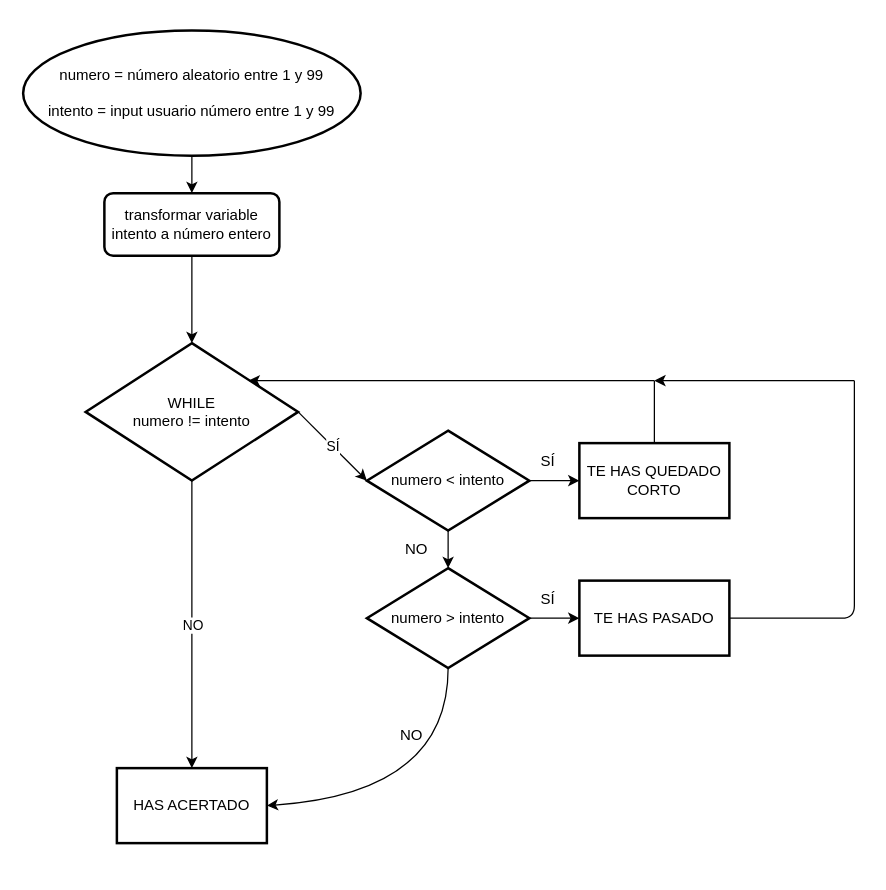
Before: diagrama.drawio in lidia-veli/Adivine-el-Numero, a draw.io diagram. Source tidied: cells renumbered, new cells numbered last; positions are measured from the earlier drawing's top-left corner, leaving out a move shared by most shapes. Both pictures are drawn from the tidied source at 125%, with x=0, y=0 at pixel (22, 30).
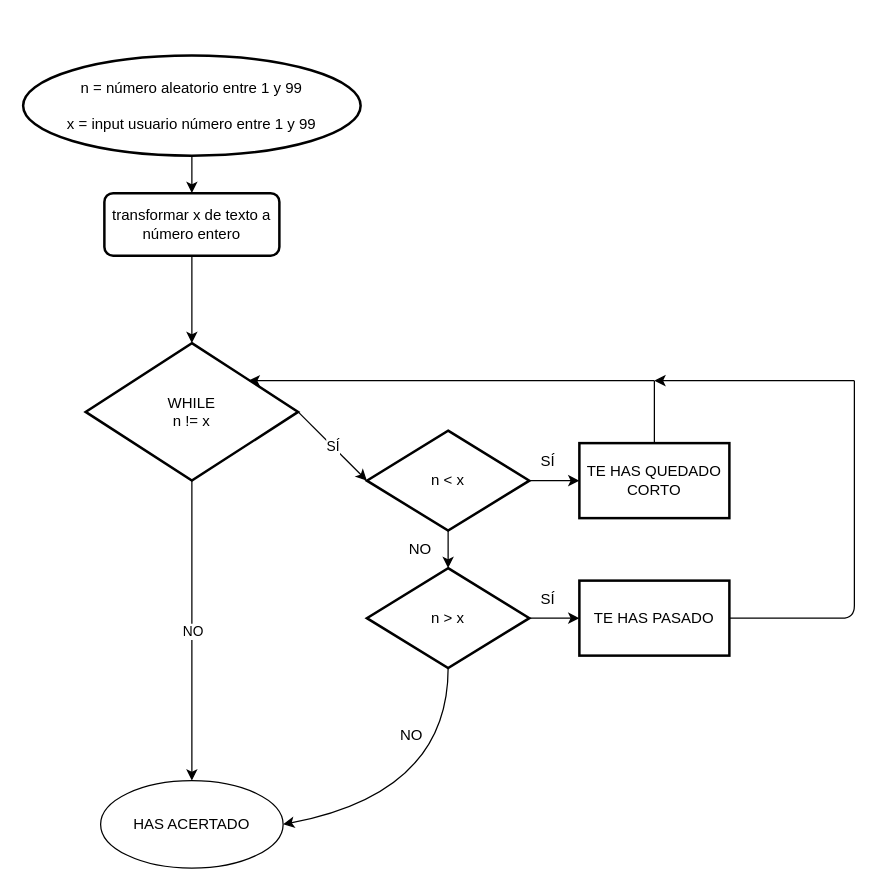
The same diagram, later.

Commit message:
terminar diagrama flujo

Change to the diagram source:
```diff
@@
-    <mxCell id="4" value="transformar variable intento a número entero" style="rounded=1;whiteSpace=wrap;html=1;absoluteArcSize=1;arcSize=14;strokeWidth=2;" parent="1" vertex="1">
+    <mxCell id="4" value="transformar x de texto a número entero" style="rounded=1;whiteSpace=wrap;html=1;absoluteArcSize=1;arcSize=14;strokeWidth=2;" parent="1" vertex="1">
       <mxGeometry x="65" y="130" width="140" height="50" as="geometry" />
     </mxCell>
-    <mxCell id="5" value="WHILE&lt;br&gt;numero != intento" style="strokeWidth=2;html=1;shape=mxgraph.flowchart.decision;whiteSpace=wrap;" parent="1" vertex="1">
+    <mxCell id="5" value="WHILE&lt;br&gt;n != x" style="strokeWidth=2;html=1;shape=mxgraph.flowchart.decision;whiteSpace=wrap;" parent="1" vertex="1">
       <mxGeometry x="50" y="250" width="170" height="110" as="geometry" />
     </mxCell>
@@
-    <mxCell id="8" value="numero &amp;lt; intento" style="rhombus;whiteSpace=wrap;html=1;strokeWidth=2;" parent="1" vertex="1">
+    <mxCell id="8" value="n &amp;lt; x" style="rhombus;whiteSpace=wrap;html=1;strokeWidth=2;" parent="1" vertex="1">
       <mxGeometry x="275" y="320" width="130" height="80" as="geometry" />
     </mxCell>
@@
-    <mxCell id="10" value="HAS ACERTADO" style="whiteSpace=wrap;html=1;strokeWidth=2;" parent="1" vertex="1">
-      <mxGeometry x="75" y="590" width="120" height="60" as="geometry" />
-    </mxCell>
@@
-    <mxCell id="12" value="numero &amp;gt; intento" style="rhombus;whiteSpace=wrap;html=1;strokeWidth=2;" parent="1" vertex="1">
+    <mxCell id="12" value="n &amp;gt; x" style="rhombus;whiteSpace=wrap;html=1;strokeWidth=2;" parent="1" vertex="1">
       <mxGeometry x="275" y="430" width="130" height="80" as="geometry" />
     </mxCell>
@@
-    <mxCell id="15" value="numero = número aleatorio entre 1 y 99&lt;br&gt;&lt;br&gt;intento = input usuario número entre 1 y 99" style="ellipse;whiteSpace=wrap;html=1;rounded=1;arcSize=14;strokeWidth=2;" parent="1" vertex="1">
-      <mxGeometry width="270" height="100" as="geometry" />
+    <mxCell id="15" value="n = número aleatorio entre 1 y 99&lt;br&gt;&lt;br&gt;x = input usuario número entre 1 y 99" style="ellipse;whiteSpace=wrap;html=1;rounded=1;arcSize=14;strokeWidth=2;" parent="1" vertex="1">
+      <mxGeometry y="20" width="270" height="80" as="geometry" />
     </mxCell>
@@
     <mxCell id="21" value="NO" style="text;html=1;strokeColor=none;fillColor=none;align=center;verticalAlign=middle;whiteSpace=wrap;rounded=0;" parent="1" vertex="1">
-      <mxGeometry x="300" y="400" width="30" height="30" as="geometry" />
+      <mxGeometry x="303" y="400" width="30" height="30" as="geometry" />
     </mxCell>
@@
-    <mxCell id="27" style="endArrow=classic;html=1;exitX=0.5;exitY=1;exitDx=0;exitDy=0;exitPerimeter=0;" parent="1" edge="1" source="5" target="10">
+    <mxCell id="27" style="endArrow=classic;html=1;exitX=0.5;exitY=1;exitDx=0;exitDy=0;exitPerimeter=0;entryX=0.5;entryY=0;entryDx=0;entryDy=0;" parent="1" edge="1" source="5" target="10">
       <mxGeometry relative="1" as="geometry" />
     </mxCell>
@@
+    <mxCell id="10" value="HAS ACERTADO" style="ellipse;whiteSpace=wrap;html=1;" parent="1" vertex="1">
+      <mxGeometry x="62" y="600" width="146" height="70" as="geometry" />
+    </mxCell>
```
